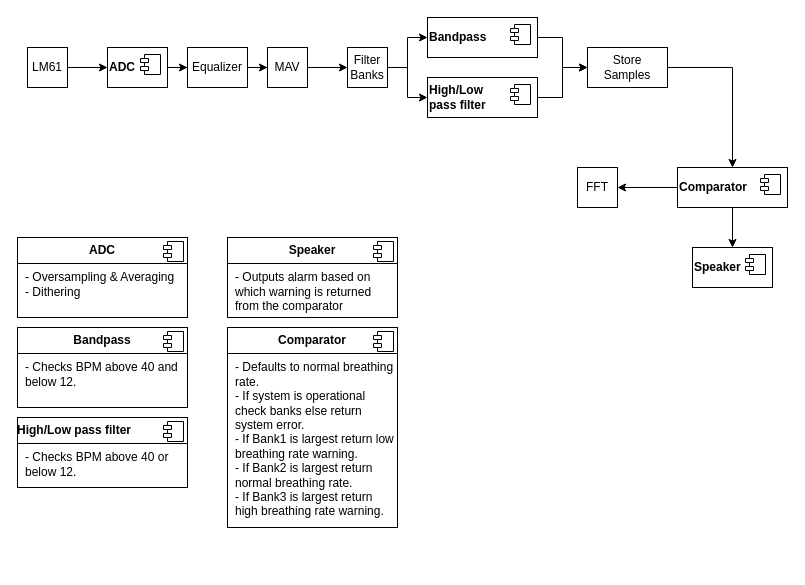
Earlier version of the draw.io diagram lab10 Breathing Rate Monitor/docs/BreathRateMonitorDiagram.drawio (DiegoLHendrix/DSP). Source tidied: cells renumbered, new cells numbered last; positions are measured from the earlier drawing's top-left corner, leaving out a move shared by most shapes. Both pictures are drawn from the tidied source at 100%, with x=0, y=0 at pixel (17, 17).
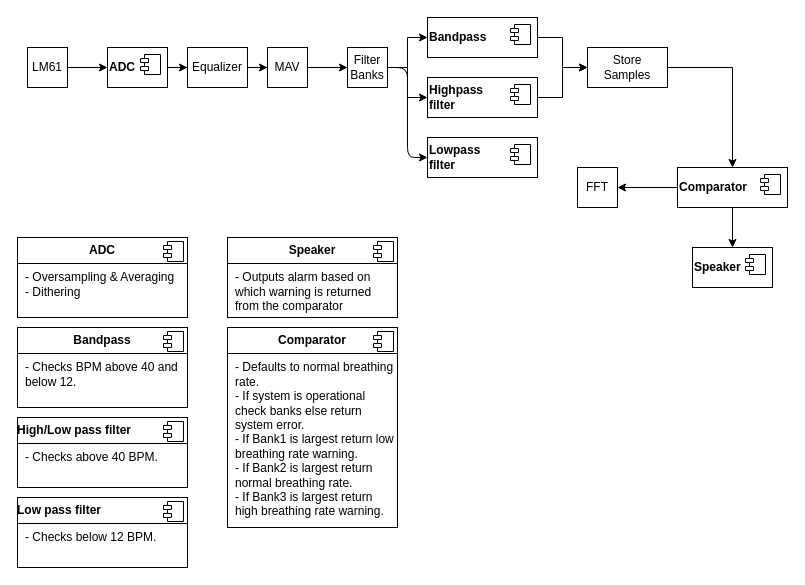
Above is the later version.

The change refers to these unchanged cells:
```xml
<mxCell id="10" value="Filter Banks" style="html=1;whiteSpace=wrap;" parent="1" vertex="1">
  <mxGeometry x="330" y="30" width="40" height="40" as="geometry" />
</mxCell>
```

Change to the diagram source:
```diff
@@
+    <mxCell id="39" style="html=1;entryX=0;entryY=0.5;entryDx=0;entryDy=0;edgeStyle=orthogonalEdgeStyle;elbow=vertical;" parent="1" edge="1" source="10" target="40">
+      <mxGeometry relative="1" as="geometry" />
+    </mxCell>
@@
-    <mxCell id="19" value="&lt;font&gt;&lt;b&gt;High/&lt;/b&gt;&lt;b style=&quot;background-color: transparent;&quot;&gt;Low&lt;/b&gt;&lt;/font&gt;&lt;div&gt;&lt;b style=&quot;background-color: transparent;&quot;&gt;&lt;font&gt;pass filter&lt;/font&gt;&lt;/b&gt;&lt;/div&gt;" style="html=1;whiteSpace=wrap;align=left;" parent="1" vertex="1">
+    <mxCell id="19" value="&lt;font&gt;&lt;b&gt;High&lt;/b&gt;&lt;/font&gt;&lt;b style=&quot;background-color: transparent;&quot;&gt;pass&amp;nbsp;&lt;/b&gt;&lt;div&gt;&lt;b style=&quot;background-color: transparent;&quot;&gt;filter&lt;/b&gt;&lt;/div&gt;" style="html=1;whiteSpace=wrap;align=left;" parent="1" vertex="1">
       <mxGeometry x="410" y="60" width="110" height="40" as="geometry" />
     </mxCell>
@@
-    <mxCell id="24" value="&lt;p style=&quot;margin: 6px 0px 0px;&quot;&gt;&lt;b&gt;High/Low pass filter&lt;/b&gt;&lt;/p&gt;&lt;hr size=&quot;1&quot; style=&quot;border-style:solid;&quot;&gt;&lt;p style=&quot;margin:0px;margin-left:8px;&quot;&gt;- Checks BPM above 40 or below 12.&lt;/p&gt;" style="align=left;overflow=fill;html=1;whiteSpace=wrap;" parent="1" vertex="1">
+    <mxCell id="24" value="&lt;p style=&quot;margin: 6px 0px 0px;&quot;&gt;&lt;b&gt;High/Low pass filter&lt;/b&gt;&lt;/p&gt;&lt;hr size=&quot;1&quot; style=&quot;border-style:solid;&quot;&gt;&lt;p style=&quot;margin:0px;margin-left:8px;&quot;&gt;- Checks above 40 BPM.&lt;/p&gt;" style="align=left;overflow=fill;html=1;whiteSpace=wrap;" parent="1" vertex="1">
       <mxGeometry y="400" width="170" height="70" as="geometry" />
     </mxCell>
@@
+    <mxCell id="40" value="&lt;font&gt;&lt;b style=&quot;background-color: transparent;&quot;&gt;Low&lt;/b&gt;&lt;/font&gt;&lt;b style=&quot;background-color: transparent;&quot;&gt;pass&lt;/b&gt;&lt;div&gt;&lt;b style=&quot;background-color: transparent;&quot;&gt;filter&lt;/b&gt;&lt;/div&gt;" style="html=1;whiteSpace=wrap;align=left;" parent="1" vertex="1">
+      <mxGeometry x="410" y="120" width="110" height="40" as="geometry" />
+    </mxCell>
+    <mxCell id="41" style="shape=module;jettyWidth=8;jettyHeight=4;" parent="40" vertex="1">
+      <mxGeometry x="1" width="20" height="20" relative="1" as="geometry">
+        <mxPoint x="-27" y="7" as="offset" />
+      </mxGeometry>
+    </mxCell>
+    <mxCell id="42" value="&lt;p style=&quot;margin: 6px 0px 0px;&quot;&gt;&lt;b&gt;Low pass filter&lt;/b&gt;&lt;/p&gt;&lt;hr size=&quot;1&quot; style=&quot;border-style:solid;&quot;&gt;&lt;p style=&quot;margin:0px;margin-left:8px;&quot;&gt;- Checks below 12 BPM.&lt;/p&gt;" style="align=left;overflow=fill;html=1;whiteSpace=wrap;" parent="1" vertex="1">
+      <mxGeometry y="480" width="170" height="70" as="geometry" />
+    </mxCell>
+    <mxCell id="43" style="shape=component;jettyWidth=8;jettyHeight=4;" parent="42" vertex="1">
+      <mxGeometry x="1" width="20" height="20" relative="1" as="geometry">
+        <mxPoint x="-24" y="4" as="offset" />
+      </mxGeometry>
+    </mxCell>
```
